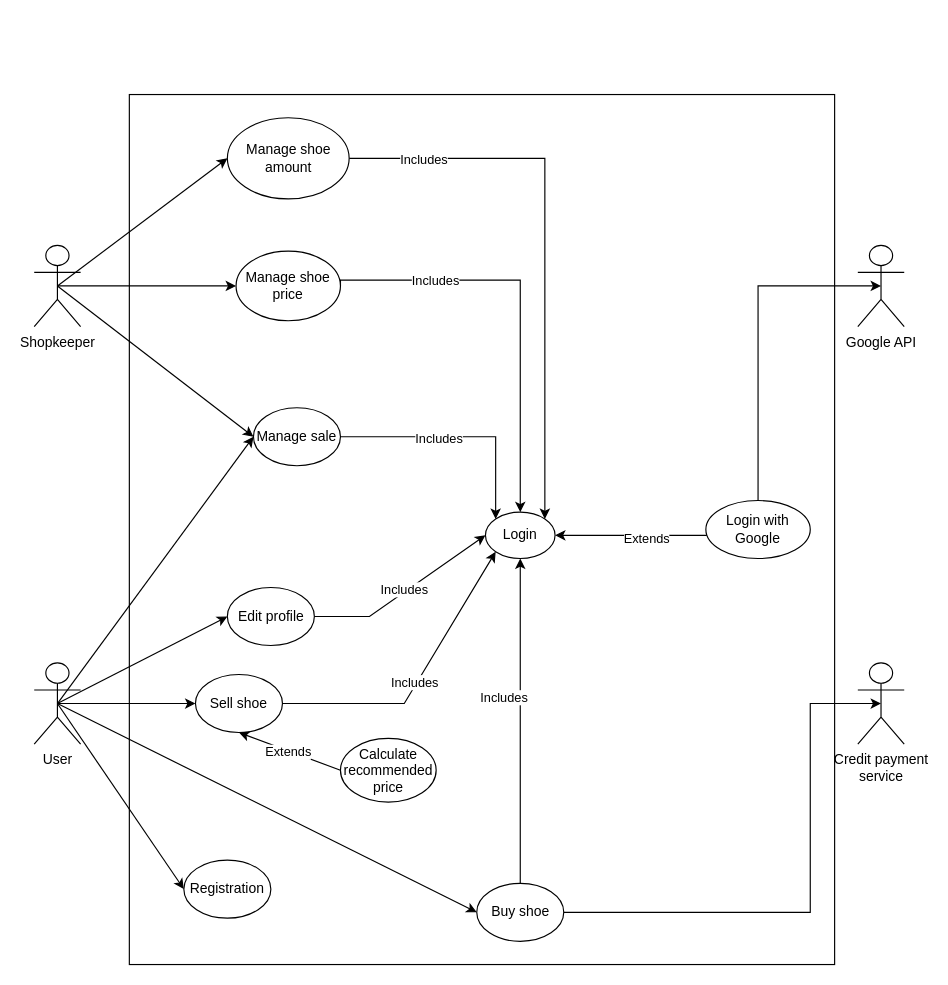
Above: UC Diagram ShoePPING/UC diagram - ShoePPING.drawio in CarmineAprile/ShoePPING (draw.io), before the change. Source tidied: cells renumbered, new cells numbered last; positions are measured from the earlier drawing's top-left corner, leaving out a move shared by most shapes. Both pictures are drawn from the tidied source at 116%, with x=0, y=0 at pixel (34, 94).
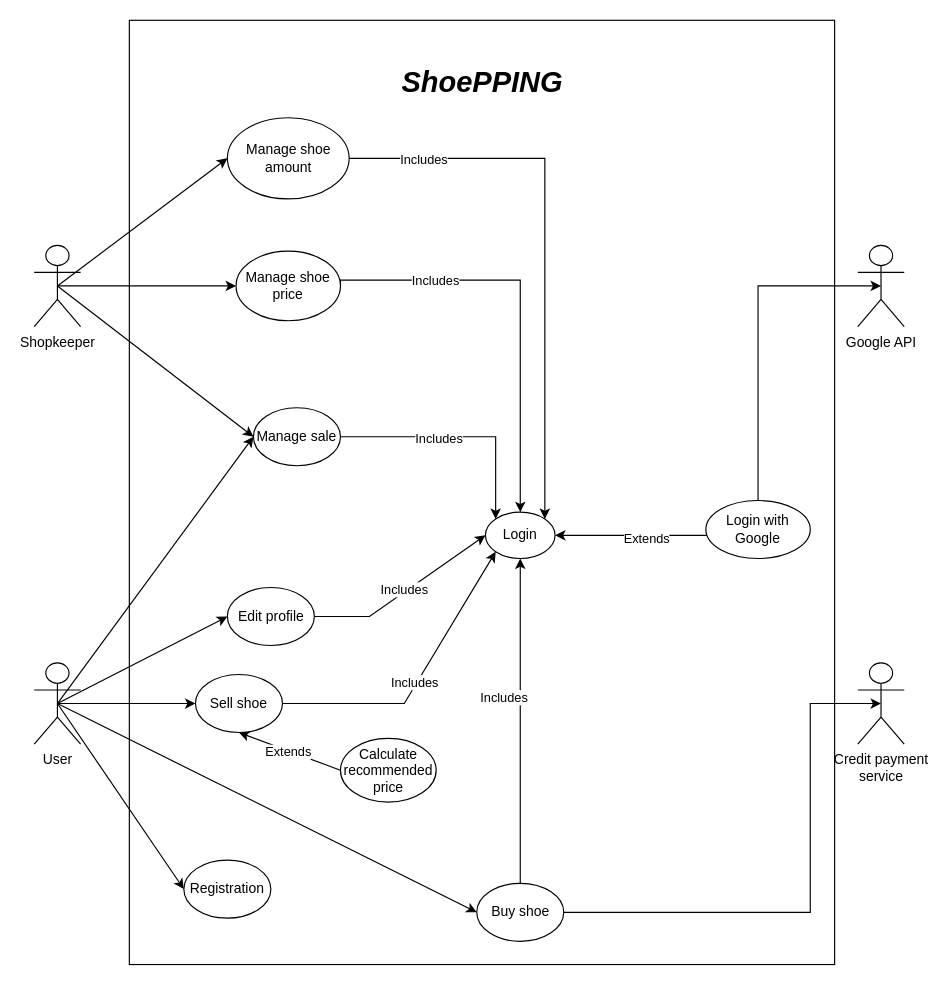
The same page after the edit.

Change to the diagram source:
```diff
@@
     <mxCell id="2" style="rounded=0;whiteSpace=wrap;html=1;" parent="1" vertex="1">
-      <mxGeometry x="82" width="608" height="750" as="geometry" />
+      <mxGeometry x="82" y="-64" width="608" height="814" as="geometry" />
     </mxCell>
@@
+    <mxCell id="43" value="&lt;b&gt;&lt;i&gt;&lt;font style=&quot;font-size: 25px;&quot;&gt;ShoePPING&lt;/font&gt;&lt;/i&gt;&lt;/b&gt;" style="text;html=1;align=center;verticalAlign=middle;strokeColor=none;fillColor=none;" parent="1" vertex="1">
+      <mxGeometry x="307.5" y="-33" width="157" height="42" as="geometry" />
+    </mxCell>
```
